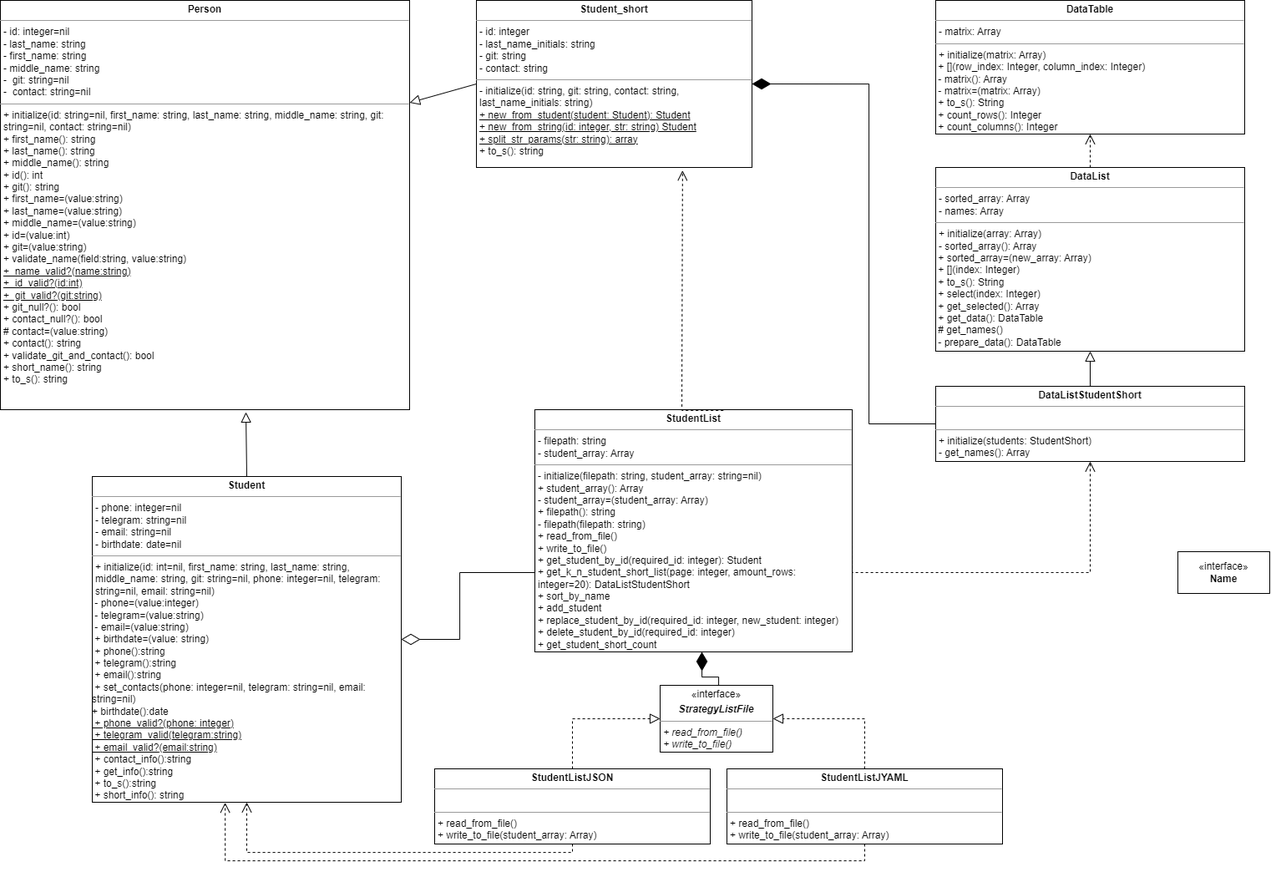
The draw.io diagram Student/diagram_classes.png in sdnezz/Programming-patterns, before a commit. Source tidied: cells renumbered, new cells last; positions are measured from the earlier drawing's top-left corner, leaving out a move shared by most shapes.
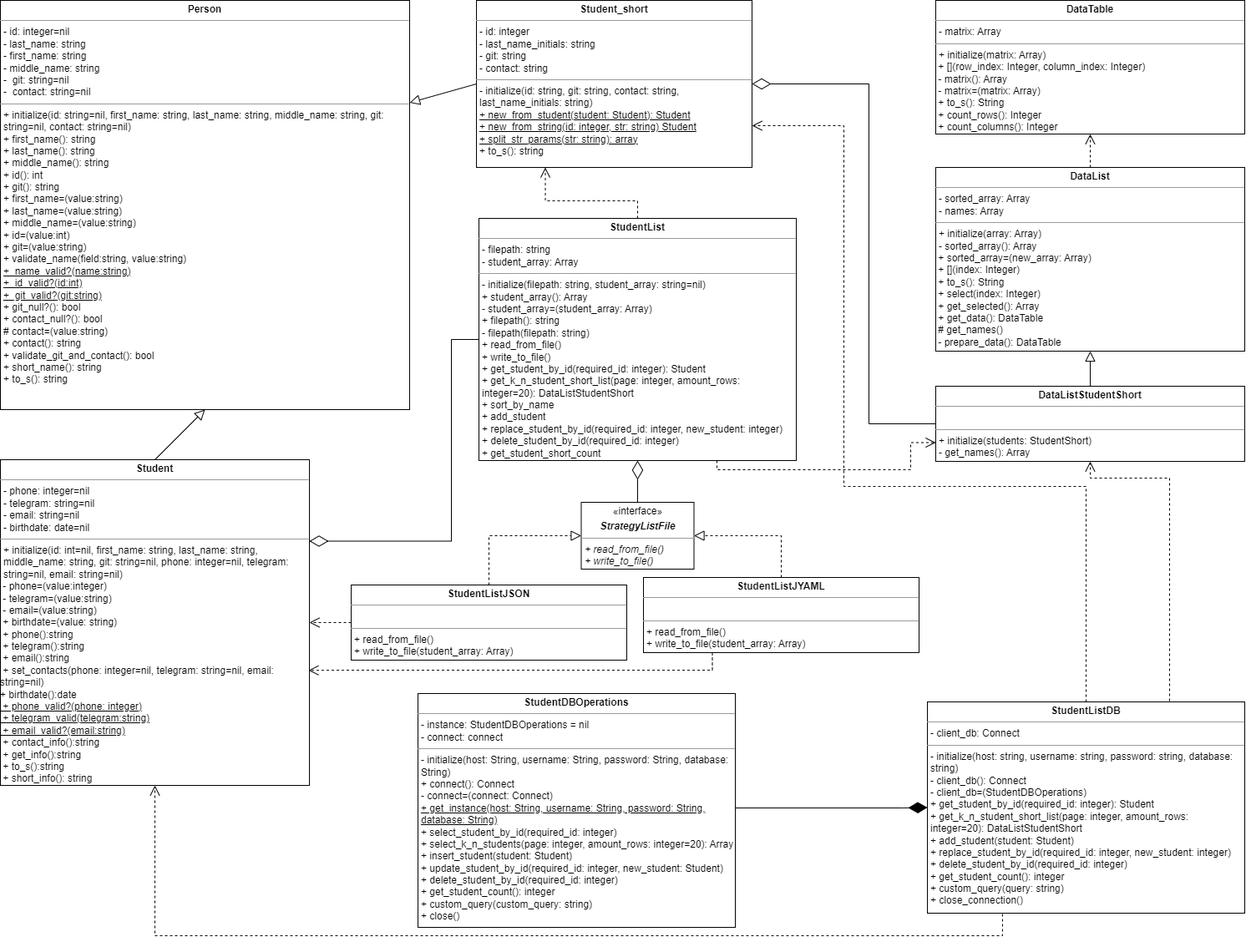
The same diagram one commit later.

Commit message:
Fixied commits in lab 4 & udated Class diagram

Change to the diagram source:
```diff
@@ -8,3 +8,3 @@
     <mxCell id="3" value="&lt;p style=&quot;margin:0px;margin-top:4px;text-align:center;&quot;&gt;&lt;b&gt;Student&lt;/b&gt;&lt;/p&gt;&lt;hr size=&quot;1&quot;&gt;&lt;p style=&quot;margin:0px;margin-left:4px;&quot;&gt;- phone: integer=nil&lt;/p&gt;&lt;p style=&quot;margin:0px;margin-left:4px;&quot;&gt;- telegram: string=nil&lt;/p&gt;&lt;p style=&quot;margin:0px;margin-left:4px;&quot;&gt;- email: string=nil&lt;/p&gt;&lt;p style=&quot;margin:0px;margin-left:4px;&quot;&gt;- birthdate: date=nil&lt;/p&gt;&lt;hr size=&quot;1&quot;&gt;&lt;p style=&quot;margin:0px;margin-left:4px;&quot;&gt;+ initialize(id: int=nil, first_name: string, last_name: string, middle_name: string, git: string=nil, phone: integer=nil, telegram: string=nil, email: string=nil)&lt;/p&gt;&lt;span style=&quot;background-color: initial;&quot;&gt;&amp;nbsp;- phone=(value:integer)&lt;/span&gt;&lt;br&gt;&lt;span style=&quot;background-color: initial;&quot;&gt;&amp;nbsp;- telegram=(value:string)&lt;/span&gt;&lt;br&gt;&lt;span style=&quot;background-color: initial;&quot;&gt;&amp;nbsp;- email=(value:string)&lt;br&gt;&amp;nbsp;+ birthdate=(value: string)&lt;br&gt;&lt;/span&gt;&amp;nbsp;+ phone():string&lt;br style=&quot;border-color: var(--border-color);&quot;&gt;&lt;span style=&quot;border-color: var(--border-color); background-color: initial;&quot;&gt;&amp;nbsp;+ telegram():string&lt;/span&gt;&lt;br style=&quot;border-color: var(--border-color);&quot;&gt;&lt;span style=&quot;border-color: var(--border-color); background-color: initial;&quot;&gt;&amp;nbsp;+ email():string&lt;/span&gt;&lt;br&gt;&lt;span style=&quot;background-color: initial;&quot;&gt;&amp;nbsp;+ set_contacts(phone: integer=nil, telegram: string=nil, email: string=nil)&lt;br&gt;&lt;/span&gt;+ birthdate():date&lt;br&gt;&lt;u&gt;&lt;span style=&quot;background-color: initial;&quot;&gt;&amp;nbsp;+ phone_valid?(phone: integer)&lt;/span&gt;&lt;br&gt;&lt;span style=&quot;background-color: initial;&quot;&gt;&amp;nbsp;+ telegram_valid(telegram:string)&lt;/span&gt;&lt;br&gt;&lt;span style=&quot;background-color: initial;&quot;&gt;&amp;nbsp;+ email_valid?(email:string)&lt;/span&gt;&lt;/u&gt;&lt;br&gt;&lt;span style=&quot;background-color: initial;&quot;&gt;&amp;nbsp;+ contact_info():string&lt;/span&gt;&lt;br&gt;&lt;span style=&quot;background-color: initial;&quot;&gt;&amp;nbsp;+ get_info():string&lt;/span&gt;&lt;br&gt;&lt;span style=&quot;background-color: initial;&quot;&gt;&amp;nbsp;+ to_s():string&lt;/span&gt;&lt;br&gt;&lt;span style=&quot;background-color: initial;&quot;&gt;&amp;nbsp;+ short_info(): string&lt;/span&gt;" style="verticalAlign=top;align=left;overflow=fill;fontSize=12;fontFamily=Helvetica;html=1;whiteSpace=wrap;" parent="1" vertex="1">
-      <mxGeometry x="110" y="570" width="370" height="390" as="geometry" />
+      <mxGeometry y="550" width="370" height="390" as="geometry" />
     </mxCell>
@@ -13,3 +13,3 @@
     </mxCell>
-    <mxCell id="5" style="endArrow=none;html=1;rounded=0;entryX=0.5;entryY=0;entryDx=0;entryDy=0;exitX=0.6;exitY=1.006;exitDx=0;exitDy=0;endFill=0;startArrow=block;startFill=0;startSize=10;exitPerimeter=0;" parent="1" edge="1" source="2" target="3">
+    <mxCell id="5" style="endArrow=none;html=1;rounded=0;entryX=0.5;entryY=0;entryDx=0;entryDy=0;exitX=0.5;exitY=1;exitDx=0;exitDy=0;endFill=0;startArrow=block;startFill=0;startSize=10;" parent="1" edge="1" source="2" target="3">
       <mxGeometry relative="1" as="geometry" />
@@ -34,3 +34,3 @@
     </mxCell>
-    <mxCell id="12" style="edgeStyle=orthogonalEdgeStyle;rounded=0;jettySize=auto;html=1;endArrow=diamondThin;endFill=1;endSize=20;exitX=0;exitY=0.5;exitDx=0;exitDy=0;entryX=1;entryY=0.5;entryDx=0;entryDy=0;" parent="1" edge="1" source="11" target="4">
+    <mxCell id="12" style="edgeStyle=orthogonalEdgeStyle;rounded=0;jettySize=auto;html=1;endArrow=diamondThin;endFill=0;endSize=20;exitX=0;exitY=0.5;exitDx=0;exitDy=0;entryX=1;entryY=0.5;entryDx=0;entryDy=0;" parent="1" edge="1" source="11" target="4">
       <mxGeometry relative="1" as="geometry">
@@ -43,14 +43,16 @@
     <mxCell id="13" value="&lt;p style=&quot;margin:0px;margin-top:4px;text-align:center;&quot;&gt;&lt;b&gt;StudentListJYAML&lt;/b&gt;&lt;/p&gt;&lt;hr size=&quot;1&quot;&gt;&lt;p style=&quot;margin:0px;margin-left:4px;&quot;&gt;&lt;br&gt;&lt;/p&gt;&lt;hr size=&quot;1&quot;&gt;&lt;p style=&quot;border-color: var(--border-color); margin: 0px 0px 0px 4px;&quot;&gt;+ read_from_file()&lt;/p&gt;&lt;p style=&quot;border-color: var(--border-color); margin: 0px 0px 0px 4px;&quot;&gt;+ write_to_file(student_array: Array)&lt;/p&gt;" style="verticalAlign=top;align=left;overflow=fill;fontSize=12;fontFamily=Helvetica;html=1;whiteSpace=wrap;" parent="1" vertex="1">
-      <mxGeometry x="870" y="920" width="330" height="90" as="geometry" />
+      <mxGeometry x="770" y="691" width="330" height="90" as="geometry" />
     </mxCell>
     <mxCell id="14" value="&lt;p style=&quot;margin:0px;margin-top:4px;text-align:center;&quot;&gt;&lt;b&gt;StudentListJSON&lt;/b&gt;&lt;/p&gt;&lt;hr size=&quot;1&quot;&gt;&lt;p style=&quot;margin:0px;margin-left:4px;&quot;&gt;&lt;br&gt;&lt;/p&gt;&lt;hr size=&quot;1&quot;&gt;&lt;p style=&quot;margin:0px;margin-left:4px;&quot;&gt;+ read_from_file()&lt;/p&gt;&lt;p style=&quot;margin:0px;margin-left:4px;&quot;&gt;+ write_to_file(student_array: Array)&lt;/p&gt;" style="verticalAlign=top;align=left;overflow=fill;fontSize=12;fontFamily=Helvetica;html=1;whiteSpace=wrap;" parent="1" vertex="1">
-      <mxGeometry x="520" y="920" width="330" height="90" as="geometry" />
+      <mxGeometry x="420" y="700" width="330" height="90" as="geometry" />
     </mxCell>
     <mxCell id="15" value="&lt;p style=&quot;margin:0px;margin-top:4px;text-align:center;&quot;&gt;&lt;b&gt;StudentList&lt;/b&gt;&lt;/p&gt;&lt;hr size=&quot;1&quot;&gt;&lt;p style=&quot;margin:0px;margin-left:4px;&quot;&gt;- filepath: string&lt;/p&gt;&lt;p style=&quot;margin:0px;margin-left:4px;&quot;&gt;- student_array: Array&lt;/p&gt;&lt;hr size=&quot;1&quot;&gt;&lt;p style=&quot;margin:0px;margin-left:4px;&quot;&gt;- initialize(filepath: string, student_array: string=nil)&lt;/p&gt;&lt;p style=&quot;margin:0px;margin-left:4px;&quot;&gt;+ student_array(): Array&lt;/p&gt;&lt;p style=&quot;margin:0px;margin-left:4px;&quot;&gt;- student_array=(student_array: Array)&lt;br&gt;+ filepath(): string&lt;/p&gt;&lt;p style=&quot;margin:0px;margin-left:4px;&quot;&gt;- filepath(filepath: string)&lt;/p&gt;&lt;p style=&quot;margin:0px;margin-left:4px;&quot;&gt;+&amp;nbsp;read_from_file()&lt;/p&gt;&lt;p style=&quot;margin:0px;margin-left:4px;&quot;&gt;+&amp;nbsp;write_to_file()&lt;/p&gt;&lt;p style=&quot;margin:0px;margin-left:4px;&quot;&gt;+ get_student_by_id(required_id: integer): Student&lt;/p&gt;&lt;p style=&quot;margin:0px;margin-left:4px;&quot;&gt;+&amp;nbsp;get_k_n_student_short_list(page: integer, amount_rows: integer=20):&amp;nbsp;DataListStudentShort&lt;/p&gt;&lt;p style=&quot;margin:0px;margin-left:4px;&quot;&gt;+&amp;nbsp;sort_by_name&lt;/p&gt;&lt;p style=&quot;margin:0px;margin-left:4px;&quot;&gt;+&amp;nbsp;add_student&lt;/p&gt;&lt;p style=&quot;margin:0px;margin-left:4px;&quot;&gt;+ replace_student_by_id(required_id: integer, new_student: integer)&lt;br&gt;&lt;/p&gt;&lt;p style=&quot;margin:0px;margin-left:4px;&quot;&gt;+&amp;nbsp;delete_student_by_id(required_id: integer)&lt;/p&gt;&lt;p style=&quot;margin:0px;margin-left:4px;&quot;&gt;+ get_student_short_count&lt;/p&gt;" style="verticalAlign=top;align=left;overflow=fill;fontSize=12;fontFamily=Helvetica;html=1;whiteSpace=wrap;" parent="1" vertex="1">
-      <mxGeometry x="640" y="490" width="380" height="290" as="geometry" />
+      <mxGeometry x="573" y="261" width="380" height="290" as="geometry" />
     </mxCell>
-    <mxCell id="16" style="edgeStyle=orthogonalEdgeStyle;rounded=0;jettySize=auto;html=1;dashed=1;endArrow=open;endFill=0;endSize=10;entryX=0.5;entryY=1;entryDx=0;entryDy=0;exitX=1;exitY=0.5;exitDx=0;exitDy=0;" parent="1" edge="1" source="15" target="11">
+    <mxCell id="16" style="edgeStyle=orthogonalEdgeStyle;rounded=0;jettySize=auto;html=1;dashed=1;endArrow=open;endFill=0;endSize=10;entryX=0;entryY=0.75;entryDx=0;entryDy=0;exitX=0.75;exitY=1;exitDx=0;exitDy=0;" parent="1" edge="1" source="15" target="11">
       <mxGeometry relative="1" as="geometry">
         <Array as="points">
-          <mxPoint x="1305" y="685" />
+          <mxPoint x="858" y="562" />
+          <mxPoint x="1090" y="562" />
+          <mxPoint x="1090" y="529" />
         </Array>
@@ -58,7 +60,6 @@
     </mxCell>
-    <mxCell id="17" style="edgeStyle=orthogonalEdgeStyle;rounded=0;jettySize=auto;html=1;dashed=1;endArrow=open;endFill=0;endSize=10;entryX=0.5;entryY=1;entryDx=0;entryDy=0;exitX=0.5;exitY=1;exitDx=0;exitDy=0;" parent="1" edge="1" source="14" target="3">
+    <mxCell id="17" style="edgeStyle=orthogonalEdgeStyle;rounded=0;jettySize=auto;html=1;dashed=1;endArrow=open;endFill=0;endSize=10;entryX=1;entryY=0.5;entryDx=0;entryDy=0;exitX=0;exitY=0.5;exitDx=0;exitDy=0;" parent="1" edge="1" source="14" target="3">
       <mxGeometry relative="1" as="geometry">
         <Array as="points">
-          <mxPoint x="685" y="1020" />
-          <mxPoint x="295" y="1020" />
+          <mxPoint x="420" y="745" />
         </Array>
@@ -66,7 +67,7 @@
     </mxCell>
-    <mxCell id="18" style="edgeStyle=orthogonalEdgeStyle;rounded=0;jettySize=auto;html=1;dashed=1;endArrow=open;endFill=0;endSize=10;entryX=0.43;entryY=1.001;entryDx=0;entryDy=0;exitX=0.5;exitY=1;exitDx=0;exitDy=0;entryPerimeter=0;" parent="1" edge="1" source="13" target="3">
+    <mxCell id="18" style="edgeStyle=orthogonalEdgeStyle;rounded=0;jettySize=auto;html=1;dashed=1;endArrow=open;endFill=0;endSize=10;entryX=0.997;entryY=0.647;entryDx=0;entryDy=0;exitX=0.25;exitY=1;exitDx=0;exitDy=0;entryPerimeter=0;" parent="1" edge="1" source="13" target="3">
       <mxGeometry relative="1" as="geometry">
         <Array as="points">
-          <mxPoint x="1035" y="1030" />
-          <mxPoint x="269" y="1030" />
+          <mxPoint x="853" y="802" />
+          <mxPoint x="410" y="802" />
         </Array>
@@ -74,7 +75,7 @@
     </mxCell>
-    <mxCell id="19" style="edgeStyle=orthogonalEdgeStyle;rounded=0;jettySize=auto;html=1;endArrow=diamondThin;endFill=0;endSize=20;exitX=0;exitY=0.5;exitDx=0;exitDy=0;entryX=1;entryY=0.5;entryDx=0;entryDy=0;" parent="1" edge="1" source="15" target="3">
+    <mxCell id="19" style="edgeStyle=orthogonalEdgeStyle;rounded=0;jettySize=auto;html=1;endArrow=diamondThin;endFill=0;endSize=20;exitX=0;exitY=0.5;exitDx=0;exitDy=0;entryX=1;entryY=0.25;entryDx=0;entryDy=0;" parent="1" edge="1" source="15" target="3">
       <mxGeometry relative="1" as="geometry">
         <Array as="points">
-          <mxPoint x="550" y="685" />
-          <mxPoint x="550" y="765" />
+          <mxPoint x="540" y="406" />
+          <mxPoint x="540" y="648" />
         </Array>
@@ -82,7 +83,7 @@
     </mxCell>
-    <mxCell id="20" style="edgeStyle=orthogonalEdgeStyle;rounded=0;jettySize=auto;html=1;dashed=1;endArrow=open;endFill=0;endSize=10;exitX=0.594;exitY=0.003;exitDx=0;exitDy=0;exitPerimeter=0;entryX=0.748;entryY=1.018;entryDx=0;entryDy=0;entryPerimeter=0;" parent="1" edge="1" source="15" target="4">
+    <mxCell id="20" style="edgeStyle=orthogonalEdgeStyle;rounded=0;jettySize=auto;html=1;dashed=1;endArrow=open;endFill=0;endSize=10;exitX=0.5;exitY=0;exitDx=0;exitDy=0;entryX=0.25;entryY=1;entryDx=0;entryDy=0;" parent="1" edge="1" source="15" target="4">
       <mxGeometry relative="1" as="geometry">
         <Array as="points">
-          <mxPoint x="816" y="460" />
-          <mxPoint x="817" y="460" />
+          <mxPoint x="763" y="240" />
+          <mxPoint x="653" y="240" />
         </Array>
@@ -91,7 +92,4 @@
     <mxCell id="21" value="&lt;p style=&quot;margin:0px;margin-top:4px;text-align:center;&quot;&gt;«interface»&lt;br&gt;&lt;/p&gt;&lt;p style=&quot;margin:0px;margin-top:4px;text-align:center;&quot;&gt;&lt;b&gt;&lt;i&gt;StrategyListFile&lt;/i&gt;&lt;/b&gt;&lt;/p&gt;&lt;hr size=&quot;1&quot;&gt;&lt;p style=&quot;border-color: var(--border-color); margin: 0px 0px 0px 4px;&quot;&gt;&lt;i&gt;+ read_from_file()&lt;/i&gt;&lt;/p&gt;&lt;p style=&quot;border-color: var(--border-color); margin: 0px 0px 0px 4px;&quot;&gt;&lt;i&gt;+ write_to_file()&lt;/i&gt;&lt;/p&gt;" style="verticalAlign=top;align=left;overflow=fill;fontSize=12;fontFamily=Helvetica;html=1;whiteSpace=wrap;" parent="1" vertex="1">
-      <mxGeometry x="790" y="820" width="135" height="80" as="geometry" />
+      <mxGeometry x="695.5" y="601" width="135" height="80" as="geometry" />
     </mxCell>
-    <mxCell id="22" value="&amp;laquo;interface&amp;raquo;&lt;br&gt;&lt;b&gt;Name&lt;/b&gt;" style="html=1;whiteSpace=wrap;" parent="1" vertex="1">
-      <mxGeometry x="1410" y="660" width="110" height="50" as="geometry" />
-    </mxCell>
     <mxCell id="23" style="edgeStyle=orthogonalEdgeStyle;rounded=0;jettySize=auto;html=1;endArrow=block;endFill=0;endSize=10;entryX=1;entryY=0.5;entryDx=0;entryDy=0;dashed=1;" parent="1" edge="1" source="13" target="21">
@@ -102,10 +100,6 @@
     </mxCell>
-    <mxCell id="25" style="edgeStyle=orthogonalEdgeStyle;rounded=0;jettySize=auto;html=1;endArrow=diamondThin;endFill=1;endSize=20;exitX=0.5;exitY=0;exitDx=0;exitDy=0;entryX=0.5;entryY=1;entryDx=0;entryDy=0;" parent="1" edge="1" source="21">
+    <mxCell id="25" style="edgeStyle=orthogonalEdgeStyle;rounded=0;jettySize=auto;html=1;endArrow=diamondThin;endFill=0;endSize=20;exitX=0.5;exitY=0;exitDx=0;exitDy=0;entryX=0.5;entryY=1;entryDx=0;entryDy=0;" parent="1" edge="1" source="21" target="15">
       <mxGeometry relative="1" as="geometry">
-        <mxPoint x="840" y="780" as="targetPoint" />
         <Array as="points">
-          <mxPoint x="858" y="820" />
-          <mxPoint x="860" y="820" />
-          <mxPoint x="860" y="810" />
-          <mxPoint x="840" y="810" />
+          <mxPoint x="763" y="601" />
         </Array>
@@ -113,2 +107,43 @@
     </mxCell>
+    <mxCell id="26" value="&lt;p style=&quot;margin:0px;margin-top:4px;text-align:center;&quot;&gt;&lt;b&gt;StudentListDB&lt;/b&gt;&lt;/p&gt;&lt;hr size=&quot;1&quot;&gt;&lt;p style=&quot;margin:0px;margin-left:4px;&quot;&gt;- client_db: Connect&lt;/p&gt;&lt;hr size=&quot;1&quot;&gt;&lt;p style=&quot;margin:0px;margin-left:4px;&quot;&gt;- initialize(host: string, username: string, password: string, database: string)&lt;/p&gt;&lt;p style=&quot;margin:0px;margin-left:4px;&quot;&gt;- client_db(): Connect&lt;/p&gt;&lt;p style=&quot;margin:0px;margin-left:4px;&quot;&gt;- client_db=(StudentDBOperations)&lt;/p&gt;&lt;p style=&quot;margin:0px;margin-left:4px;&quot;&gt;+&amp;nbsp;get_student_by_id(required_id: integer): Student&lt;/p&gt;&lt;p style=&quot;margin:0px;margin-left:4px;&quot;&gt;+&amp;nbsp;get_k_n_student_short_list(page: integer, amount_rows: integer=20):&amp;nbsp;DataListStudentShort&lt;/p&gt;&lt;p style=&quot;margin:0px;margin-left:4px;&quot;&gt;+&amp;nbsp;add_student(student: Student)&lt;/p&gt;&lt;p style=&quot;margin:0px;margin-left:4px;&quot;&gt;+&amp;nbsp;replace_student_by_id(required_id: integer, new_student: integer)&lt;/p&gt;&lt;p style=&quot;margin:0px;margin-left:4px;&quot;&gt;+&amp;nbsp;delete_student_by_id(required_id: integer)&lt;/p&gt;&lt;p style=&quot;margin:0px;margin-left:4px;&quot;&gt;+&amp;nbsp;get_student_count(): integer&lt;/p&gt;&lt;p style=&quot;margin:0px;margin-left:4px;&quot;&gt;+&amp;nbsp;custom_query(query: string)&lt;/p&gt;&lt;p style=&quot;margin:0px;margin-left:4px;&quot;&gt;+&amp;nbsp;close_connection()&lt;/p&gt;" style="verticalAlign=top;align=left;overflow=fill;fontSize=12;fontFamily=Helvetica;html=1;whiteSpace=wrap;" parent="1" vertex="1">
+      <mxGeometry x="1110" y="840" width="380" height="253" as="geometry" />
+    </mxCell>
+    <mxCell id="27" value="&lt;p style=&quot;margin:0px;margin-top:4px;text-align:center;&quot;&gt;&lt;b&gt;StudentDBOperations&lt;/b&gt;&lt;/p&gt;&lt;hr size=&quot;1&quot;&gt;&lt;p style=&quot;margin:0px;margin-left:4px;&quot;&gt;- instance: StudentDBOperations = nil&lt;/p&gt;&lt;p style=&quot;margin:0px;margin-left:4px;&quot;&gt;- connect: connect&lt;/p&gt;&lt;hr size=&quot;1&quot;&gt;&lt;p style=&quot;margin:0px;margin-left:4px;&quot;&gt;- initialize(host: String, username: String, password: String, database: String)&lt;/p&gt;&lt;p style=&quot;margin:0px;margin-left:4px;&quot;&gt;+ connect(): Connect&lt;/p&gt;&lt;p style=&quot;margin:0px;margin-left:4px;&quot;&gt;- connect=(connect: Connect)&lt;/p&gt;&lt;p style=&quot;margin:0px;margin-left:4px;&quot;&gt;&lt;u&gt;+ get_instance(host: String, username: String, password: String, database: String)&lt;/u&gt;&lt;/p&gt;&lt;p style=&quot;margin:0px;margin-left:4px;&quot;&gt;+&amp;nbsp;select_student_by_id(required_id: integer)&lt;/p&gt;&lt;p style=&quot;margin:0px;margin-left:4px;&quot;&gt;+&amp;nbsp;select_k_n_students(page: integer, amount_rows: integer=20): Array&lt;/p&gt;&lt;p style=&quot;margin:0px;margin-left:4px;&quot;&gt;+&amp;nbsp;insert_student(student: Student)&lt;/p&gt;&lt;p style=&quot;margin:0px;margin-left:4px;&quot;&gt;+&amp;nbsp;update_student_by_id(required_id: integer, new_student: Student)&lt;/p&gt;&lt;p style=&quot;margin:0px;margin-left:4px;&quot;&gt;+&amp;nbsp;delete_student_by_id(required_id: integer)&lt;/p&gt;&lt;p style=&quot;margin:0px;margin-left:4px;&quot;&gt;+&amp;nbsp;get_student_count(): integer&lt;/p&gt;&lt;p style=&quot;margin:0px;margin-left:4px;&quot;&gt;+&amp;nbsp;custom_query(custom_query: string)&lt;/p&gt;&lt;p style=&quot;margin:0px;margin-left:4px;&quot;&gt;+&amp;nbsp;close()&lt;/p&gt;" style="verticalAlign=top;align=left;overflow=fill;fontSize=12;fontFamily=Helvetica;html=1;whiteSpace=wrap;" parent="1" vertex="1">
+      <mxGeometry x="500" y="830" width="380" height="280" as="geometry" />
+    </mxCell>
+    <mxCell id="28" style="edgeStyle=orthogonalEdgeStyle;rounded=0;jettySize=auto;html=1;endArrow=diamondThin;endFill=1;endSize=20;exitX=1;exitY=0.5;exitDx=0;exitDy=0;entryX=0;entryY=0.5;entryDx=0;entryDy=0;" parent="1" edge="1" source="27" target="26">
+      <mxGeometry relative="1" as="geometry">
+        <Array as="points">
+          <mxPoint x="880" y="967" />
+          <mxPoint x="1080" y="967" />
+        </Array>
+      </mxGeometry>
+    </mxCell>
+    <mxCell id="29" style="edgeStyle=orthogonalEdgeStyle;rounded=0;jettySize=auto;html=1;dashed=1;endArrow=open;endFill=0;endSize=10;entryX=0.5;entryY=1;entryDx=0;entryDy=0;exitX=0.75;exitY=0;exitDx=0;exitDy=0;" parent="1" edge="1" source="26" target="11">
+      <mxGeometry relative="1" as="geometry">
+        <Array as="points">
+          <mxPoint x="1400" y="840" />
+          <mxPoint x="1400" y="572" />
+          <mxPoint x="1305" y="572" />
+        </Array>
+      </mxGeometry>
+    </mxCell>
+    <mxCell id="30" style="edgeStyle=orthogonalEdgeStyle;rounded=0;jettySize=auto;html=1;dashed=1;endArrow=open;endFill=0;endSize=10;entryX=1;entryY=0.75;entryDx=0;entryDy=0;exitX=0.5;exitY=0;exitDx=0;exitDy=0;" parent="1" edge="1" source="26" target="4">
+      <mxGeometry relative="1" as="geometry">
+        <Array as="points">
+          <mxPoint x="1300" y="582" />
+          <mxPoint x="1010" y="582" />
+          <mxPoint x="1010" y="150" />
+        </Array>
+      </mxGeometry>
+    </mxCell>
+    <mxCell id="31" style="edgeStyle=orthogonalEdgeStyle;rounded=0;jettySize=auto;html=1;dashed=1;endArrow=open;endFill=0;endSize=10;exitX=0.25;exitY=1;exitDx=0;exitDy=0;entryX=0.5;entryY=1;entryDx=0;entryDy=0;" parent="1" edge="1" source="26" target="3">
+      <mxGeometry relative="1" as="geometry">
+        <Array as="points">
+          <mxPoint x="1200" y="1093" />
+          <mxPoint x="1200" y="1120" />
+          <mxPoint x="185" y="1120" />
+        </Array>
+      </mxGeometry>
+    </mxCell>
   </root>
```
